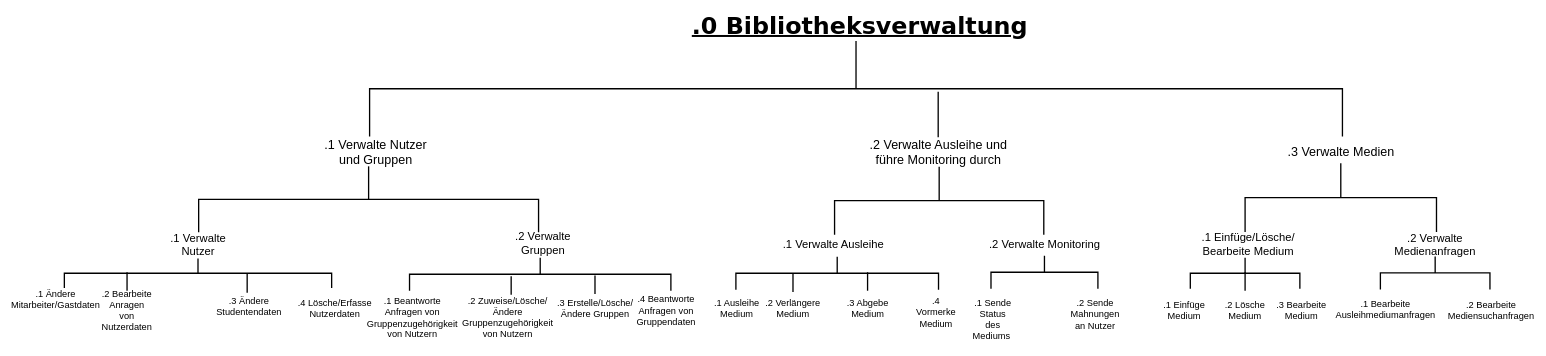
mostermann96/SWT2 keeps this draw.io diagram as 2_Ontologies/Strukturierte Analyse/Funktionsbaum2.drawio. Above is the earlier version. Source tidied: cells renumbered, new cells numbered last; positions are measured from the earlier drawing's top-left corner, leaving out a move shared by most shapes. Both pictures are drawn from the tidied source at 66%, with x=0, y=0 at pixel (46, -398).
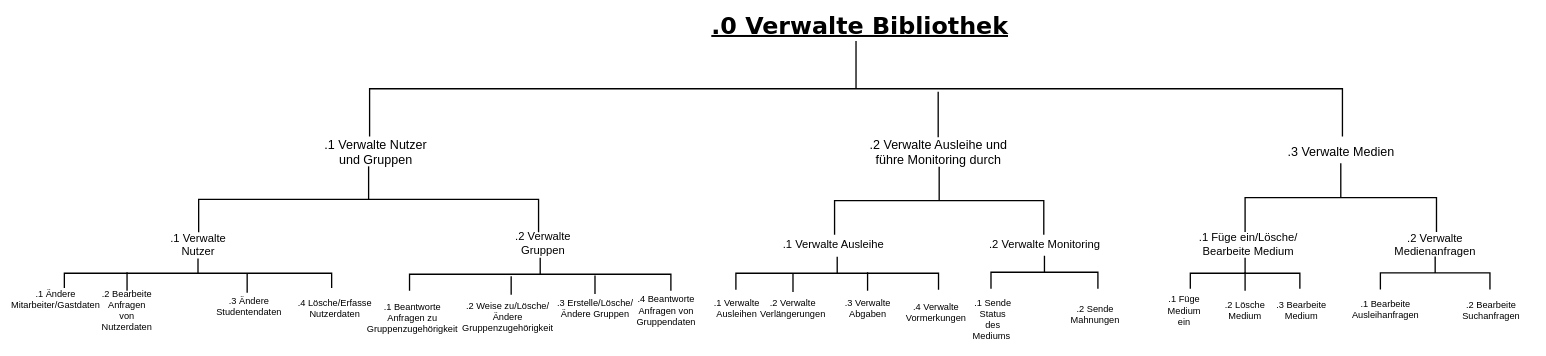
The same page after the edit.

The edit, as a diff of the source:
```diff
@@
-    <mxCell id="17" value=".2 Bearbeite Anragen von Nutzerdaten" style="text;html=1;strokeColor=none;fillColor=none;align=center;verticalAlign=middle;whiteSpace=wrap;rounded=0;fontSize=14;" parent="1" vertex="1">
+    <mxCell id="17" value=".2 Bearbeite Anfragen von Nutzerdaten" style="text;html=1;strokeColor=none;fillColor=none;align=center;verticalAlign=middle;whiteSpace=wrap;rounded=0;fontSize=14;" parent="1" vertex="1">
       <mxGeometry x="103" y="1058" width="40" height="30" as="geometry" />
     </mxCell>
@@
-    <mxCell id="20" value=".1 Beantworte Anfragen von Gruppenzugehörigkeit von Nutzern" style="text;html=1;strokeColor=none;fillColor=none;align=center;verticalAlign=middle;whiteSpace=wrap;rounded=0;fontSize=14;" parent="1" vertex="1">
+    <mxCell id="20" value=".1 Beantworte Anfragen zu Gruppenzugehörigkeit" style="text;html=1;strokeColor=none;fillColor=none;align=center;verticalAlign=middle;whiteSpace=wrap;rounded=0;fontSize=14;" parent="1" vertex="1">
       <mxGeometry x="547.5" y="1044" width="15" height="80" as="geometry" />
     </mxCell>
-    <mxCell id="21" value=".2 Zuweise/Lösche/Ändere Gruppenzugehörigkeit von Nutzern" style="text;html=1;strokeColor=none;fillColor=none;align=center;verticalAlign=middle;whiteSpace=wrap;rounded=0;fontSize=14;" parent="1" vertex="1">
+    <mxCell id="21" value=".2 Weise zu/Lösche/Ändere Gruppenzugehörigkeit" style="text;html=1;strokeColor=none;fillColor=none;align=center;verticalAlign=middle;whiteSpace=wrap;rounded=0;fontSize=14;" parent="1" vertex="1">
       <mxGeometry x="680" y="1073" width="40" height="20" as="geometry" />
     </mxCell>
@@
-    <mxCell id="24" value=".1 Einfüge/Lösche/ Bearbeite Medium" style="text;html=1;strokeColor=none;fillColor=none;align=center;verticalAlign=middle;whiteSpace=wrap;rounded=0;fontSize=17;" parent="1" vertex="1">
+    <mxCell id="24" value=".1 Füge ein/Lösche/ Bearbeite Medium" style="text;html=1;strokeColor=none;fillColor=none;align=center;verticalAlign=middle;whiteSpace=wrap;rounded=0;fontSize=17;" parent="1" vertex="1">
       <mxGeometry x="1742" y="962.5" width="160" height="20" as="geometry" />
     </mxCell>
@@
-    <mxCell id="26" value=".1 Einfüge Medium" style="text;html=1;strokeColor=none;fillColor=none;align=center;verticalAlign=middle;whiteSpace=wrap;rounded=0;fontSize=14;" parent="1" vertex="1">
+    <mxCell id="26" value=".1 Füge Medium ein" style="text;html=1;strokeColor=none;fillColor=none;align=center;verticalAlign=middle;whiteSpace=wrap;rounded=0;fontSize=14;" parent="1" vertex="1">
       <mxGeometry x="1690" y="1058" width="70" height="30" as="geometry" />
     </mxCell>
@@
-    <mxCell id="28" value=".1 Bearbeite Ausleihmediumanfragen" style="text;html=1;strokeColor=none;fillColor=none;align=center;verticalAlign=middle;whiteSpace=wrap;rounded=0;fontSize=14;" parent="1" vertex="1">
+    <mxCell id="28" value=".1 Bearbeite Ausleihanfragen" style="text;html=1;strokeColor=none;fillColor=none;align=center;verticalAlign=middle;whiteSpace=wrap;rounded=0;fontSize=14;" parent="1" vertex="1">
       <mxGeometry x="2010" y="1061" width="40" height="20" as="geometry" />
     </mxCell>
-    <mxCell id="29" value=".2 Bearbeite Mediensuchanfragen" style="text;html=1;strokeColor=none;fillColor=none;align=center;verticalAlign=middle;whiteSpace=wrap;rounded=0;fontSize=14;" parent="1" vertex="1">
+    <mxCell id="29" value=".2 Bearbeite Suchanfragen" style="text;html=1;strokeColor=none;fillColor=none;align=center;verticalAlign=middle;whiteSpace=wrap;rounded=0;fontSize=14;" parent="1" vertex="1">
       <mxGeometry x="2139.5" y="1040.5" width="100" height="65" as="geometry" />
     </mxCell>
@@
-    <mxCell id="37" value=".1 Ausleihe Medium" style="text;html=1;strokeColor=none;fillColor=none;align=center;verticalAlign=middle;whiteSpace=wrap;rounded=0;fontSize=14;" parent="1" vertex="1">
+    <mxCell id="37" value="&lt;div&gt;.1 Verwalte Ausleihen&lt;br&gt;&lt;/div&gt;" style="text;html=1;strokeColor=none;fillColor=none;align=center;verticalAlign=middle;whiteSpace=wrap;rounded=0;fontSize=14;" parent="1" vertex="1">
       <mxGeometry x="1011" y="1059" width="72" height="20" as="geometry" />
     </mxCell>
-    <mxCell id="38" value=".2 Verlängere Medium" style="text;html=1;strokeColor=none;fillColor=none;align=center;verticalAlign=middle;whiteSpace=wrap;rounded=0;fontSize=14;" parent="1" vertex="1">
+    <mxCell id="38" value=".2 Verwalte Verlängerungen" style="text;html=1;strokeColor=none;fillColor=none;align=center;verticalAlign=middle;whiteSpace=wrap;rounded=0;fontSize=14;" parent="1" vertex="1">
       <mxGeometry x="1083" y="1059" width="98" height="20" as="geometry" />
     </mxCell>
-    <mxCell id="39" value=".3 Abgebe Medium" style="text;html=1;strokeColor=none;fillColor=none;align=center;verticalAlign=middle;whiteSpace=wrap;rounded=0;fontSize=14;" parent="1" vertex="1">
+    <mxCell id="39" value=".3 Verwalte Abgaben" style="text;html=1;strokeColor=none;fillColor=none;align=center;verticalAlign=middle;whiteSpace=wrap;rounded=0;fontSize=14;" parent="1" vertex="1">
       <mxGeometry x="1207.5" y="1059" width="75" height="20" as="geometry" />
     </mxCell>
-    <mxCell id="40" value=".4 Vormerke Medium" style="text;html=1;strokeColor=none;fillColor=none;align=center;verticalAlign=middle;whiteSpace=wrap;rounded=0;fontSize=14;" parent="1" vertex="1">
+    <mxCell id="40" value="&lt;div&gt;.4 Verwalte Vormerkungen&lt;/div&gt;" style="text;html=1;strokeColor=none;fillColor=none;align=center;verticalAlign=middle;whiteSpace=wrap;rounded=0;fontSize=14;" parent="1" vertex="1">
       <mxGeometry x="1320" y="1066" width="58" height="20" as="geometry" />
     </mxCell>
@@
-    <mxCell id="42" value=".2 Sende Mahnungen an Nutzer" style="text;html=1;strokeColor=none;fillColor=none;align=center;verticalAlign=middle;whiteSpace=wrap;rounded=0;fontSize=14;" parent="1" vertex="1">
+    <mxCell id="42" value=".2 Sende Mahnungen" style="text;html=1;strokeColor=none;fillColor=none;align=center;verticalAlign=middle;whiteSpace=wrap;rounded=0;fontSize=14;" parent="1" vertex="1">
       <mxGeometry x="1570" y="1069" width="40" height="20" as="geometry" />
     </mxCell>
@@
-    <mxCell id="46" value="&lt;font style=&quot;font-size: 36px&quot;&gt;&lt;span style=&quot;font-size: 36px&quot;&gt;.0 Bibliotheksverwaltung&lt;/span&gt;&lt;/font&gt;" style="text;html=1;align=center;verticalAlign=middle;whiteSpace=wrap;rounded=0;fontSize=36;fontStyle=5;fontFamily=Verdana;" parent="1" vertex="1">
+    <mxCell id="46" value="&lt;font style=&quot;font-size: 36px&quot;&gt;&lt;span style=&quot;font-size: 36px&quot;&gt;.0 Verwalte Bibliothek&lt;br&gt;&lt;/span&gt;&lt;/font&gt;" style="text;html=1;align=center;verticalAlign=middle;whiteSpace=wrap;rounded=0;fontSize=36;fontStyle=5;fontFamily=Verdana;" parent="1" vertex="1">
       <mxGeometry x="972" y="631" width="523" height="20" as="geometry" />
     </mxCell>
```
